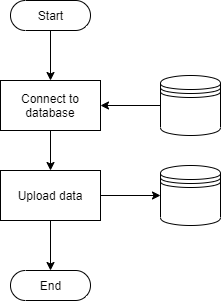
Before: scoring/documentation/Finish_Game_Logic.png, a diagram exported from draw.io (kparlak/dart-scoring-system). Source tidied: cells renumbered, new cells last; positions are measured from the earlier drawing's top-left corner, leaving out a move shared by most shapes. Source of this version:
```xml
<mxGraphModel>
  <root>
    <mxCell id="0" />
    <mxCell id="1" parent="0" />
    <mxCell id="2" style="edgeStyle=orthogonalEdgeStyle;rounded=1;jettySize=auto;html=1;exitX=0.5;exitY=0.5;exitDx=0;exitDy=15;exitPerimeter=0;entryX=0.5;entryY=0;entryDx=0;entryDy=0;strokeColor=#000000;" parent="1" edge="1" source="3" target="6">
      <mxGeometry relative="1" as="geometry" />
    </mxCell>
    <mxCell id="3" value="Start" style="html=1;dashed=0;whitespace=wrap;shape=mxgraph.dfd.start;" parent="1" vertex="1">
      <mxGeometry x="10" width="80" height="30" as="geometry" />
    </mxCell>
    <mxCell id="4" value="End" style="html=1;dashed=0;whitespace=wrap;shape=mxgraph.dfd.start;" parent="1" vertex="1">
      <mxGeometry x="10" y="270" width="80" height="30" as="geometry" />
    </mxCell>
    <mxCell id="5" style="edgeStyle=orthogonalEdgeStyle;rounded=1;jettySize=auto;html=1;exitX=0.5;exitY=1;exitDx=0;exitDy=0;entryX=0.5;entryY=0;entryDx=0;entryDy=0;" parent="1" edge="1" source="6" target="11">
      <mxGeometry relative="1" as="geometry" />
    </mxCell>
    <mxCell id="6" value="Connect to database" style="html=1;dashed=0;whitespace=wrap;whiteSpace=wrap;" parent="1" vertex="1">
      <mxGeometry y="80" width="100" height="50" as="geometry" />
    </mxCell>
    <mxCell id="7" style="edgeStyle=orthogonalEdgeStyle;rounded=1;jettySize=auto;html=1;exitX=0;exitY=0.5;exitDx=0;exitDy=0;entryX=1;entryY=0.5;entryDx=0;entryDy=0;" parent="1" edge="1" source="8" target="6">
      <mxGeometry relative="1" as="geometry" />
    </mxCell>
    <mxCell id="8" style="shape=datastore;whiteSpace=wrap;html=1;" parent="1" vertex="1">
      <mxGeometry x="160" y="75" width="60" height="60" as="geometry" />
    </mxCell>
    <mxCell id="9" style="edgeStyle=orthogonalEdgeStyle;rounded=1;jettySize=auto;html=1;exitX=1;exitY=0.5;exitDx=0;exitDy=0;entryX=0;entryY=0.5;entryDx=0;entryDy=0;" parent="1" edge="1" source="11" target="12">
      <mxGeometry relative="1" as="geometry" />
    </mxCell>
    <mxCell id="10" style="edgeStyle=orthogonalEdgeStyle;rounded=1;jettySize=auto;html=1;exitX=0.5;exitY=1;exitDx=0;exitDy=0;entryX=0.5;entryY=0.5;entryDx=0;entryDy=-15;entryPerimeter=0;" parent="1" edge="1" source="11" target="4">
      <mxGeometry relative="1" as="geometry" />
    </mxCell>
    <mxCell id="11" value="Upload data" style="html=1;dashed=0;whitespace=wrap;whiteSpace=wrap;" parent="1" vertex="1">
      <mxGeometry y="170" width="100" height="50" as="geometry" />
    </mxCell>
    <mxCell id="12" style="shape=datastore;whiteSpace=wrap;html=1;" parent="1" vertex="1">
      <mxGeometry x="160" y="165" width="60" height="60" as="geometry" />
    </mxCell>
  </root>
</mxGraphModel>
```
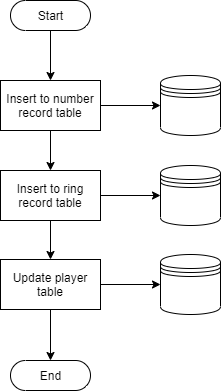
The same file after the commit.

The edit, as a diff of the source:
```diff
@@ -9,15 +9,15 @@
       <mxGeometry x="10" width="80" height="30" as="geometry" />
     </mxCell>
     <mxCell id="4" value="End" style="html=1;dashed=0;whitespace=wrap;shape=mxgraph.dfd.start;" parent="1" vertex="1">
-      <mxGeometry x="10" y="270" width="80" height="30" as="geometry" />
+      <mxGeometry x="10" y="360" width="80" height="30" as="geometry" />
     </mxCell>
     <mxCell id="5" style="edgeStyle=orthogonalEdgeStyle;rounded=1;jettySize=auto;html=1;exitX=0.5;exitY=1;exitDx=0;exitDy=0;entryX=0.5;entryY=0;entryDx=0;entryDy=0;" parent="1" edge="1" source="6" target="11">
       <mxGeometry relative="1" as="geometry" />
     </mxCell>
-    <mxCell id="6" value="Connect to database" style="html=1;dashed=0;whitespace=wrap;whiteSpace=wrap;" parent="1" vertex="1">
+    <mxCell id="6" value="Insert to number record table" style="html=1;dashed=0;whitespace=wrap;whiteSpace=wrap;" parent="1" vertex="1">
       <mxGeometry y="80" width="100" height="50" as="geometry" />
     </mxCell>
-    <mxCell id="7" style="edgeStyle=orthogonalEdgeStyle;rounded=1;jettySize=auto;html=1;exitX=0;exitY=0.5;exitDx=0;exitDy=0;entryX=1;entryY=0.5;entryDx=0;entryDy=0;" parent="1" edge="1" source="8" target="6">
+    <mxCell id="7" style="edgeStyle=orthogonalEdgeStyle;rounded=1;jettySize=auto;html=1;entryX=0;entryY=0.5;entryDx=0;entryDy=0;exitX=1;exitY=0.5;exitDx=0;exitDy=0;" parent="1" edge="1" source="6" target="8">
       <mxGeometry relative="1" as="geometry" />
     </mxCell>
     <mxCell id="8" style="shape=datastore;whiteSpace=wrap;html=1;" parent="1" vertex="1">
@@ -26,14 +26,26 @@
     <mxCell id="9" style="edgeStyle=orthogonalEdgeStyle;rounded=1;jettySize=auto;html=1;exitX=1;exitY=0.5;exitDx=0;exitDy=0;entryX=0;entryY=0.5;entryDx=0;entryDy=0;" parent="1" edge="1" source="11" target="12">
       <mxGeometry relative="1" as="geometry" />
     </mxCell>
-    <mxCell id="10" style="edgeStyle=orthogonalEdgeStyle;rounded=1;jettySize=auto;html=1;exitX=0.5;exitY=1;exitDx=0;exitDy=0;entryX=0.5;entryY=0.5;entryDx=0;entryDy=-15;entryPerimeter=0;" parent="1" edge="1" source="11" target="4">
+    <mxCell id="10" style="edgeStyle=orthogonalEdgeStyle;rounded=1;jettySize=auto;html=1;exitX=0.5;exitY=1;exitDx=0;exitDy=0;entryX=0.5;entryY=0.5;entryDx=0;entryDy=-15;entryPerimeter=0;" parent="1" edge="1" source="16" target="4">
       <mxGeometry relative="1" as="geometry" />
     </mxCell>
+    <mxCell id="13" style="edgeStyle=orthogonalEdgeStyle;rounded=1;jettySize=auto;html=1;exitX=0.5;exitY=1;exitDx=0;exitDy=0;entryX=0.5;entryY=0;entryDx=0;entryDy=0;" parent="1" edge="1" source="11" target="16">
+      <mxGeometry relative="1" as="geometry" />
+    </mxCell>
-    <mxCell id="11" value="Upload data" style="html=1;dashed=0;whitespace=wrap;whiteSpace=wrap;" parent="1" vertex="1">
+    <mxCell id="11" value="Insert to ring record table" style="html=1;dashed=0;whitespace=wrap;whiteSpace=wrap;" parent="1" vertex="1">
       <mxGeometry y="170" width="100" height="50" as="geometry" />
     </mxCell>
     <mxCell id="12" style="shape=datastore;whiteSpace=wrap;html=1;" parent="1" vertex="1">
       <mxGeometry x="160" y="165" width="60" height="60" as="geometry" />
     </mxCell>
+    <mxCell id="14" style="edgeStyle=orthogonalEdgeStyle;rounded=1;jettySize=auto;html=1;exitX=1;exitY=0.5;exitDx=0;exitDy=0;entryX=0;entryY=0.5;entryDx=0;entryDy=0;" parent="1" edge="1" source="16" target="15">
+      <mxGeometry relative="1" as="geometry" />
+    </mxCell>
+    <mxCell id="15" style="shape=datastore;whiteSpace=wrap;html=1;" parent="1" vertex="1">
+      <mxGeometry x="160" y="254" width="60" height="60" as="geometry" />
+    </mxCell>
+    <mxCell id="16" value="Update player table" style="html=1;dashed=0;whitespace=wrap;whiteSpace=wrap;" parent="1" vertex="1">
+      <mxGeometry y="259" width="100" height="50" as="geometry" />
+    </mxCell>
   </root>
 </mxGraphModel>
```
